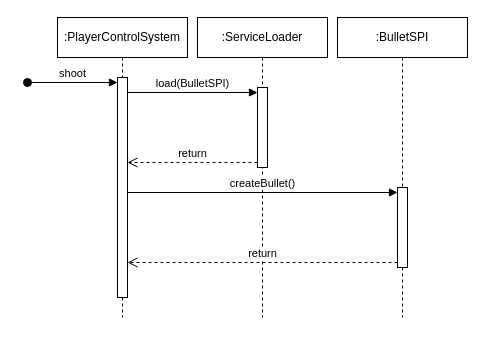
itnerddk/s4-komponent-basseret-systemer-projekt keeps this draw.io diagram as page "bullet" (2 of 2) of diagrams/Sequence diagram.drawio. Above is the earlier version. Source tidied: cells renumbered, new cells numbered last; positions are measured from the earlier drawing's top-left corner, leaving out a move shared by most shapes. Both pictures are drawn from the tidied source at 100%, with x=0, y=0 at pixel (27, 17).
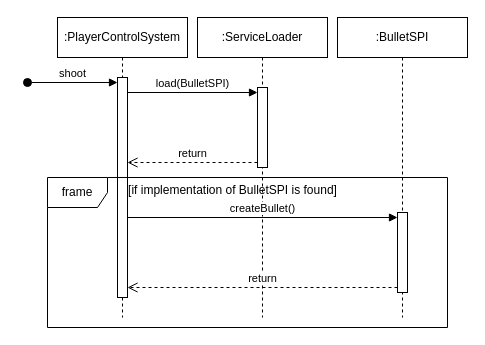
Above is the later version.

What changed in the source:
```diff
@@
 <mxGraphModel>
   <root>
     <mxCell id="0" />
     <mxCell id="1" parent="0" />
     <mxCell id="2" value=":PlayerControlSystem" style="shape=umlLifeline;perimeter=lifelinePerimeter;whiteSpace=wrap;html=1;newEdgeStyle={&quot;curved&quot;:0,&quot;rounded&quot;:0};" parent="1" vertex="1">
       <mxGeometry x="30" width="130" height="300" as="geometry" />
     </mxCell>
     <mxCell id="3" style="html=1;points=[[0,0,0,0,5],[0,1,0,0,-5],[1,0,0,0,5],[1,1,0,0,-5]];perimeter=orthogonalPerimeter;outlineConnect=0;targetShapes=umlLifeline;portConstraint=eastwest;newEdgeStyle={&quot;curved&quot;:0,&quot;rounded&quot;:0};" parent="2" vertex="1">
       <mxGeometry x="60" y="60" width="10" height="220" as="geometry" />
     </mxCell>
     <mxCell id="4" value=":ServiceLoader" style="shape=umlLifeline;perimeter=lifelinePerimeter;whiteSpace=wrap;html=1;newEdgeStyle={&quot;curved&quot;:0,&quot;rounded&quot;:0};" parent="1" vertex="1">
       <mxGeometry x="170" width="130" height="300" as="geometry" />
     </mxCell>
     <mxCell id="5" style="html=1;points=[[0,0,0,0,5],[0,1,0,0,-5],[1,0,0,0,5],[1,1,0,0,-5]];perimeter=orthogonalPerimeter;outlineConnect=0;targetShapes=umlLifeline;portConstraint=eastwest;newEdgeStyle={&quot;curved&quot;:0,&quot;rounded&quot;:0};" parent="4" vertex="1">
       <mxGeometry x="60" y="70" width="10" height="80" as="geometry" />
     </mxCell>
     <mxCell id="6" value=":BulletSPI" style="shape=umlLifeline;perimeter=lifelinePerimeter;whiteSpace=wrap;html=1;newEdgeStyle={&quot;curved&quot;:0,&quot;rounded&quot;:0};" parent="1" vertex="1">
       <mxGeometry x="310" width="130" height="300" as="geometry" />
     </mxCell>
     <mxCell id="7" style="html=1;points=[[0,0,0,0,5],[0,1,0,0,-5],[1,0,0,0,5],[1,1,0,0,-5]];perimeter=orthogonalPerimeter;outlineConnect=0;targetShapes=umlLifeline;portConstraint=eastwest;newEdgeStyle={&quot;curved&quot;:0,&quot;rounded&quot;:0};" parent="6" vertex="1">
-      <mxGeometry x="60" y="170" width="10" height="80" as="geometry" />
+      <mxGeometry x="60" y="195" width="10" height="80" as="geometry" />
     </mxCell>
     <mxCell id="8" value="shoot" style="html=1;verticalAlign=bottom;startArrow=oval;startFill=1;endArrow=block;startSize=8;curved=0;rounded=0;entryX=0;entryY=0;entryDx=0;entryDy=5;entryPerimeter=0;" parent="1" edge="1" target="3">
       <mxGeometry relative="1" as="geometry">
         <mxPoint y="65" as="sourcePoint" />
       </mxGeometry>
     </mxCell>
     <mxCell id="9" value="load(BulletSPI)" style="html=1;verticalAlign=bottom;endArrow=block;curved=0;rounded=0;entryX=0;entryY=0;entryDx=0;entryDy=5;" parent="1" edge="1" source="3" target="5">
       <mxGeometry relative="1" as="geometry" />
     </mxCell>
     <mxCell id="10" value="return" style="html=1;verticalAlign=bottom;endArrow=open;dashed=1;endSize=8;curved=0;rounded=0;exitX=0;exitY=1;exitDx=0;exitDy=-5;" parent="1" edge="1" source="5" target="3">
       <mxGeometry relative="1" as="geometry" />
     </mxCell>
     <mxCell id="11" value="createBullet()" style="html=1;verticalAlign=bottom;endArrow=block;curved=0;rounded=0;entryX=0;entryY=0;entryDx=0;entryDy=5;" parent="1" edge="1" source="3" target="7">
       <mxGeometry relative="1" as="geometry" />
     </mxCell>
     <mxCell id="12" value="return" style="html=1;verticalAlign=bottom;endArrow=open;dashed=1;endSize=8;curved=0;rounded=0;exitX=0;exitY=1;exitDx=0;exitDy=-5;" parent="1" edge="1" source="7" target="3">
       <mxGeometry relative="1" as="geometry" />
     </mxCell>
+    <mxCell id="13" value="frame" style="shape=umlFrame;whiteSpace=wrap;html=1;" parent="1" vertex="1">
+      <mxGeometry x="20" y="160" width="400" height="150" as="geometry" />
+    </mxCell>
+    <mxCell id="14" value="[if implementation of BulletSPI is found]" style="text;html=1;align=center;verticalAlign=middle;strokeColor=none;fillColor=none;" parent="1" vertex="1">
+      <mxGeometry x="90" y="158" width="230" height="30" as="geometry" />
+    </mxCell>
   </root>
 </mxGraphModel>
```
